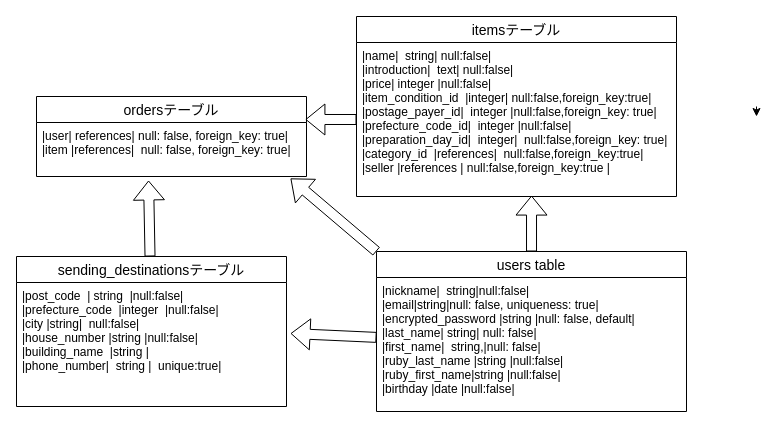
Before: .dio in masukazuno/furima-40211, a draw.io diagram. Source tidied: cells renumbered, new cells numbered last; positions are measured from the earlier drawing's top-left corner, leaving out a move shared by most shapes. Both pictures are drawn from the tidied source at 100%, with x=0, y=0 at pixel (16, 16).
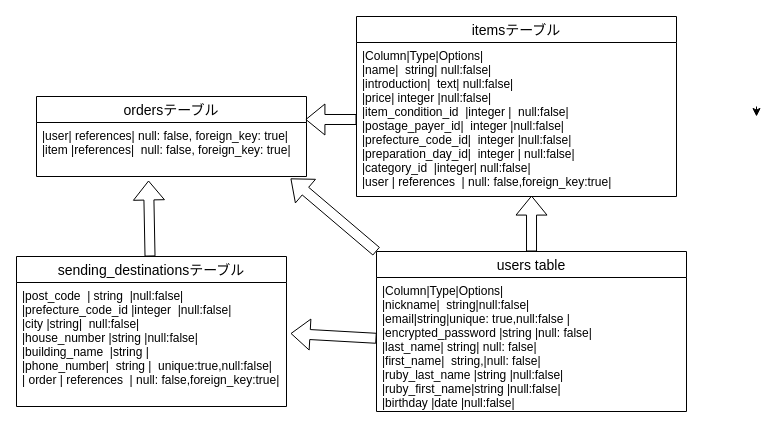
The same page after the edit.

What changed in the source:
```diff
@@
 <mxGraphModel>
   <root>
     <mxCell id="0" />
     <mxCell id="1" parent="0" />
     <mxCell id="2" style="edgeStyle=none;shape=flexArrow;html=1;entryX=0.547;entryY=0.994;entryDx=0;entryDy=0;entryPerimeter=0;" parent="1" edge="1" source="4" target="6">
       <mxGeometry relative="1" as="geometry" />
     </mxCell>
     <mxCell id="3" style="edgeStyle=none;shape=flexArrow;html=1;exitX=0;exitY=0;exitDx=0;exitDy=0;entryX=0.941;entryY=1.037;entryDx=0;entryDy=0;entryPerimeter=0;" parent="1" edge="1" source="4" target="9">
       <mxGeometry relative="1" as="geometry" />
     </mxCell>
     <mxCell id="4" value="users table" style="swimlane;fontStyle=0;horizontal=1;startSize=26;align=center;fontSize=14;" parent="1" vertex="1">
       <mxGeometry x="360" y="235" width="310" height="160" as="geometry" />
     </mxCell>
     <mxCell id="5" value="itemsテーブル" style="swimlane;fontStyle=0;horizontal=1;startSize=26;align=center;fontSize=14;" parent="1" vertex="1">
       <mxGeometry x="340" width="320" height="180" as="geometry" />
     </mxCell>
-    <mxCell id="6" value="|name|  string| null:false|&#10;|introduction|  text| null:false|&#10;|price| integer |null:false|&#10;|item_condition_id  |integer| null:false,foreign_key:true|&#10;|postage_payer_id|  integer |null:false,foreign_key: true|&#10;|prefecture_code_id|  integer |null:false|&#10;|preparation_day_id|  integer|  null:false,foreign_key: true|&#10;|category_id  |references|  null:false,foreign_key:true|&#10;|seller |references | null:false,foreign_key:true |" style="text;strokeColor=none;fillColor=none;spacingLeft=4;spacingRight=4;overflow=hidden;points=[[0,0.5],[1,0.5]];portConstraint=eastwest;fontSize=12;" parent="5" vertex="1">
+    <mxCell id="6" value="|Column|Type|Options|&#10;|name|  string| null:false|&#10;|introduction|  text| null:false|&#10;|price| integer |null:false|&#10;|item_condition_id  |integer |  null:false|&#10;|postage_payer_id|  integer |null:false|&#10;|prefecture_code_id|  integer |null:false|&#10;|preparation_day_id|  integer | null:false|&#10;|category_id  |integer| null:false|&#10;|user | references  | null: false,foreign_key:true|" style="text;strokeColor=none;fillColor=none;spacingLeft=4;spacingRight=4;overflow=hidden;points=[[0,0.5],[1,0.5]];portConstraint=eastwest;fontSize=12;" parent="5" vertex="1">
       <mxGeometry y="26" width="320" height="154" as="geometry" />
     </mxCell>
     <mxCell id="7" style="edgeStyle=none;html=1;exitX=1;exitY=0.75;exitDx=0;exitDy=0;" parent="1" edge="1">
       <mxGeometry relative="1" as="geometry">
         <mxPoint x="740" y="90" as="sourcePoint" />
         <mxPoint x="740" y="100" as="targetPoint" />
       </mxGeometry>
     </mxCell>
     <mxCell id="8" value="ordersテーブル" style="swimlane;fontStyle=0;horizontal=1;startSize=26;align=center;fontSize=14;" parent="1" vertex="1">
       <mxGeometry x="20" y="80" width="270" height="80" as="geometry" />
     </mxCell>
     <mxCell id="9" value="|user| references| null: false, foreign_key: true|&#10;|item |references|  null: false, foreign_key: true|" style="text;strokeColor=none;fillColor=none;spacingLeft=4;spacingRight=4;overflow=hidden;points=[[0,0.5],[1,0.5]];portConstraint=eastwest;fontSize=12;" parent="8" vertex="1">
       <mxGeometry y="26" width="270" height="54" as="geometry" />
     </mxCell>
     <mxCell id="10" style="edgeStyle=none;shape=flexArrow;html=1;entryX=0.415;entryY=1.074;entryDx=0;entryDy=0;entryPerimeter=0;" parent="1" edge="1" source="11" target="9">
       <mxGeometry relative="1" as="geometry" />
     </mxCell>
     <mxCell id="11" value="sending_destinationsテーブル" style="swimlane;fontStyle=0;horizontal=1;startSize=26;align=center;fontSize=14;" parent="1" vertex="1">
       <mxGeometry y="240" width="270" height="150" as="geometry" />
     </mxCell>
-    <mxCell id="12" value="|post_code  | string  |null:false|&#10;|prefecture_code  |integer  |null:false|&#10;|city |string|  null:false|&#10;|house_number |string |null:false|&#10;|building_name  |string |&#10;|phone_number|  string |  unique:true|" style="text;strokeColor=none;fillColor=none;spacingLeft=4;spacingRight=4;overflow=hidden;points=[[0,0.5],[1,0.5]];portConstraint=eastwest;fontSize=12;" parent="11" vertex="1">
+    <mxCell id="12" value="|post_code  | string  |null:false|&#10;|prefecture_code_id |integer  |null:false|&#10;|city |string|  null:false|&#10;|house_number |string |null:false|&#10;|building_name  |string |&#10;|phone_number|  string |  unique:true,null:false|&#10;| order | references  | null: false,foreign_key:true| " style="text;strokeColor=none;fillColor=none;spacingLeft=4;spacingRight=4;overflow=hidden;points=[[0,0.5],[1,0.5]];portConstraint=eastwest;fontSize=12;" parent="11" vertex="1">
       <mxGeometry y="26" width="270" height="124" as="geometry" />
     </mxCell>
     <mxCell id="13" style="edgeStyle=none;shape=flexArrow;html=1;entryX=1.015;entryY=0.411;entryDx=0;entryDy=0;entryPerimeter=0;" parent="1" edge="1" source="14" target="12">
       <mxGeometry relative="1" as="geometry" />
     </mxCell>
-    <mxCell id="14" value="|nickname|  string|null:false|&#10;|email|string|null: false, uniqueness: true|&#10;|encrypted_password |string |null: false, default|&#10;|last_name| string| null: false|&#10;|first_name|  string,|null: false|&#10;|ruby_last_name |string |null:false|&#10;|ruby_first_name|string |null:false|&#10;|birthday |date |null:false|&#10;" style="text;strokeColor=none;fillColor=none;spacingLeft=4;spacingRight=4;overflow=hidden;points=[[0,0.5],[1,0.5]];portConstraint=eastwest;fontSize=12;" parent="1" vertex="1">
-      <mxGeometry x="360" y="261" width="310" height="134" as="geometry" />
+    <mxCell id="14" value="|Column|Type|Options|&#10;|nickname|  string|null:false|&#10;|email|string|unique: true,null:false |&#10;|encrypted_password |string |null: false|&#10;|last_name| string| null: false|&#10;|first_name|  string,|null: false|&#10;|ruby_last_name |string |null:false|&#10;|ruby_first_name|string |null:false|&#10;|birthday |date |null:false|" style="text;strokeColor=none;fillColor=none;spacingLeft=4;spacingRight=4;overflow=hidden;points=[[0,0.5],[1,0.5]];portConstraint=eastwest;fontSize=12;" parent="1" vertex="1">
+      <mxGeometry x="360" y="261" width="310" height="139" as="geometry" />
     </mxCell>
     <mxCell id="15" style="edgeStyle=none;shape=flexArrow;html=1;exitX=0;exitY=0.5;exitDx=0;exitDy=0;entryX=0.996;entryY=-0.056;entryDx=0;entryDy=0;entryPerimeter=0;" parent="1" edge="1" source="6" target="9">
       <mxGeometry relative="1" as="geometry" />
     </mxCell>
   </root>
 </mxGraphModel>
```
